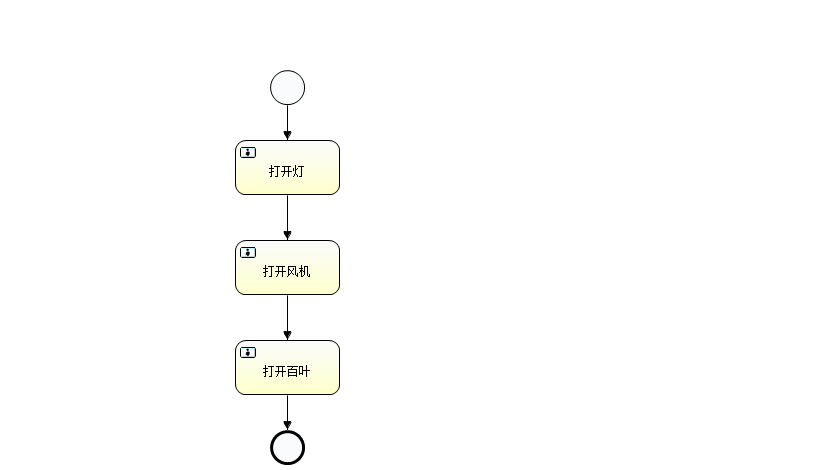
swbuild1988/bw_java keeps this BPMN diagram as MaxTunnel/MaxTunnel-Web/src/main/resources/diagrams/WindPlanWorkFlow.png. Above is the earlier version. Its source is kept beside it as MaxTunnel/MaxTunnel-Web/src/main/resources/diagrams/WindPlanWorkFlow.bpmn. Ids are renumbered.
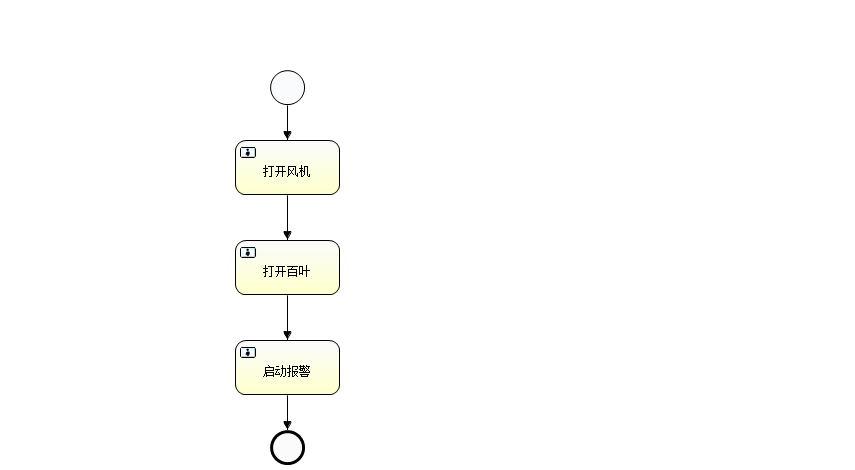
Later version of the same file.

What changed in the source:
```diff
@@ -1,11 +1,11 @@
 <definitions xmlns="http://www.omg.org/spec/BPMN/20100524/MODEL" xmlns:xsi="http://www.w3.org/2001/XMLSchema-instance" xmlns:xsd="http://www.w3.org/2001/XMLSchema" xmlns:activiti="http://activiti.org/bpmn" xmlns:bpmndi="http://www.omg.org/spec/BPMN/20100524/DI" xmlns:omgdc="http://www.omg.org/spec/DD/20100524/DC" xmlns:omgdi="http://www.omg.org/spec/DD/20100524/DI" typeLanguage="http://www.w3.org/2001/XMLSchema" expressionLanguage="http://www.w3.org/1999/XPath" targetNamespace="http://www.activiti.org/test">
   <process id="WindPlanProcess" name="通风预案" isExecutable="true">
     <startEvent id="startevent1" name="Start"></startEvent>
-    <userTask id="usertask1" name="打开灯"></userTask>
-    <userTask id="usertask2" name="打开风机"></userTask>
+    <userTask id="usertask1" name="打开风机"></userTask>
+    <userTask id="usertask2" name="打开百叶"></userTask>
     <sequenceFlow id="flow9" sourceRef="startevent1" targetRef="usertask1"></sequenceFlow>
     <sequenceFlow id="flow10" sourceRef="usertask1" targetRef="usertask2"></sequenceFlow>
-    <userTask id="usertask3" name="打开百叶"></userTask>
+    <userTask id="usertask3" name="启动报警"></userTask>
     <sequenceFlow id="flow11" sourceRef="usertask2" targetRef="usertask3"></sequenceFlow>
     <endEvent id="endevent1" name="End"></endEvent>
     <sequenceFlow id="flow12" sourceRef="usertask3" targetRef="endevent1"></sequenceFlow>
```
